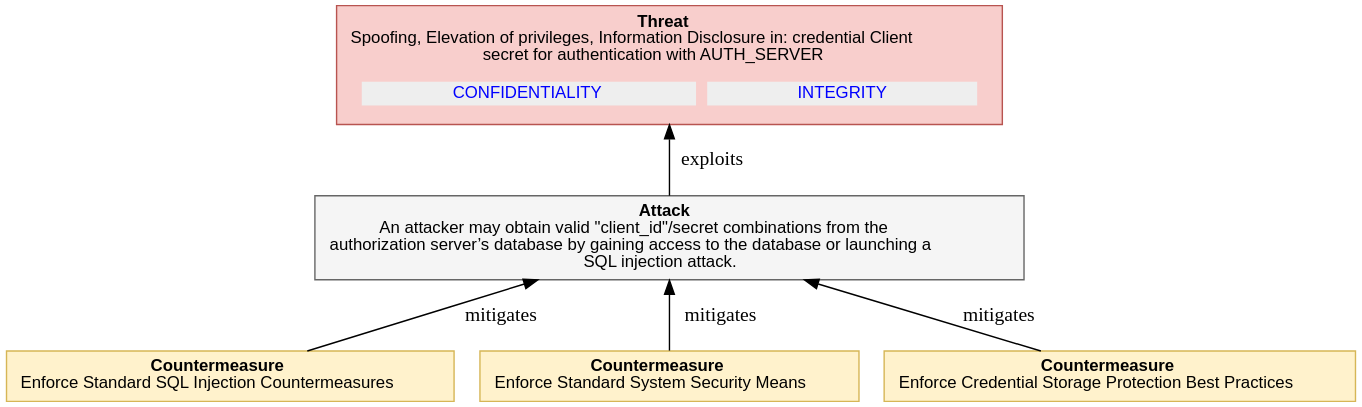
Above: report-examples/OAuth2/img/threatTree/4_3_4_CLIENT_CREDENTIALS_DISCLOSURE.svg in DavidCervigni/threat-models (PlantUML), before the change. Its source is kept beside it as report-examples/OAuth2/img/threatTree/4_3_4_CLIENT_CREDENTIALS_DISCLOSURE.puml.
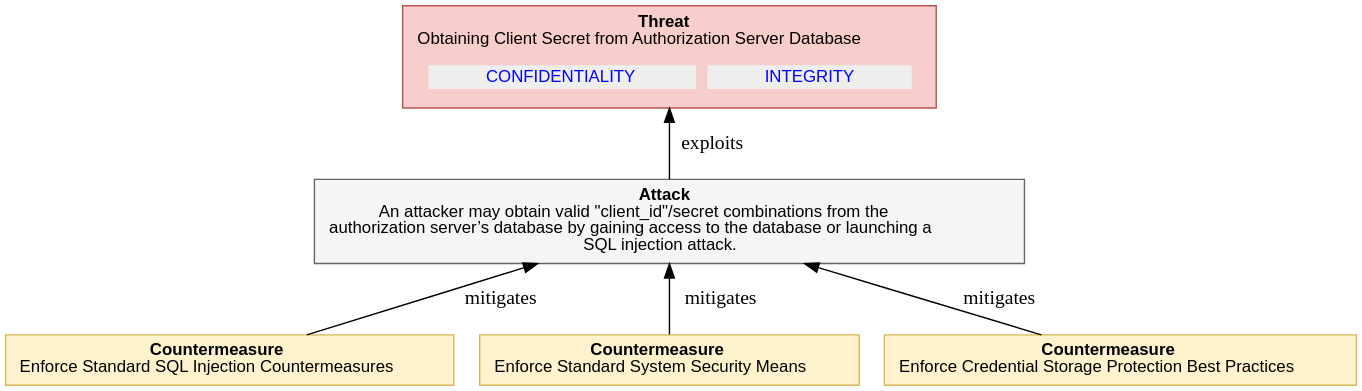
The same diagram one commit later.

Diff of the diagram source:
```diff
@@ -7,7 +7,7 @@
     <<table border="0" cellborder="0" cellspacing="0">
      <tr><td align="center"><b>Threat</b><br/>
 
-Spoofing, Elevation of privileges, Information Disclosure in: credential Client<br/>secret for authentication with AUTH_SERVER
+Obtaining Client Secret from Authorization Server Database
 </td></tr>
      <tr><td><table border="0" cellborder="0" cellspacing="8"><tr>
                 ret += secObj.linkedImpactMDText()
```
